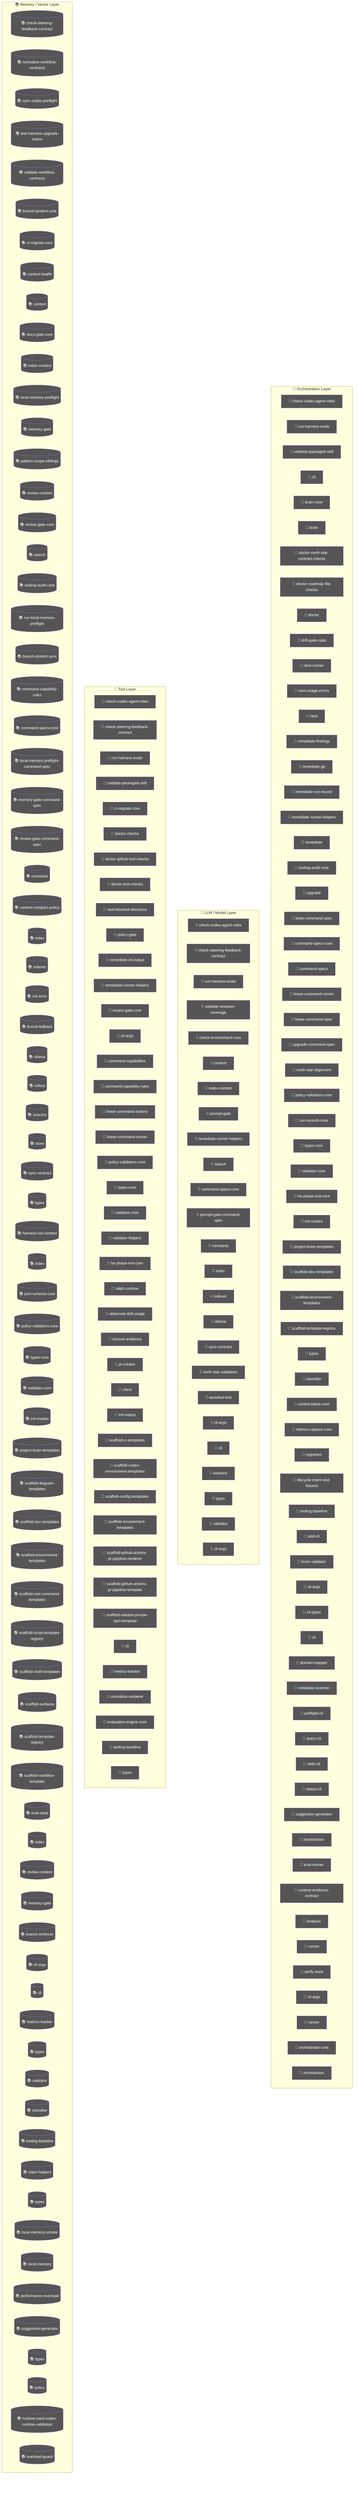
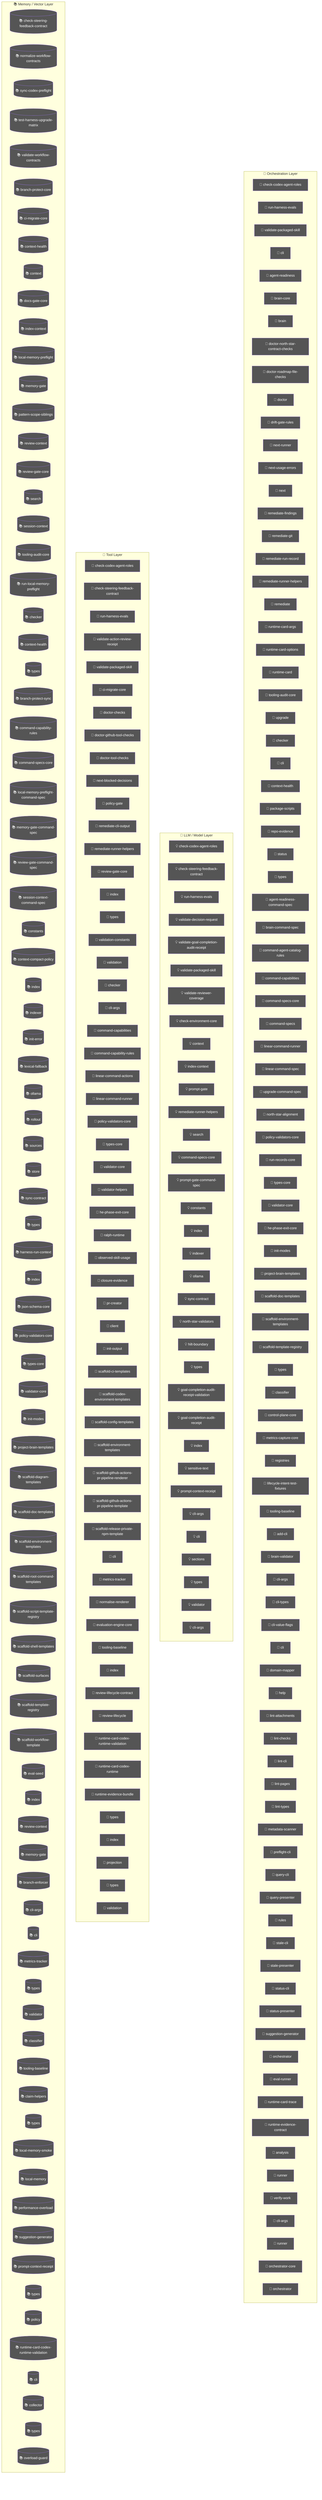
flowchart TD
  subgraph Orchestration["🎯 Orchestration Layer"]
    node_agent_mmd_orchestration_layer_orchestration_chec_7a9f0b64["🤖 check-codex-agent-roles"]
    node_agent_mmd_orchestration_layer_orchestration_run__18817957["🤖 run-harness-evals"]
    node_agent_mmd_orchestration_layer_orchestration_vali_c01b04be["🤖 validate-packaged-skill"]
    cli_99bb8840["🤖 cli"]
+     agent_readiness_c82c68e6["🤖 agent-readiness"]
    brain_core_aa07c380["🤖 brain-core"]
    brain_bbbf7a64["🤖 brain"]
    doctor_north_star_contract_checks_0048124c["🤖 doctor-north-star-contract-checks"]
    doctor_roadmap_file_checks_14447b8e["🤖 doctor-roadmap-file-checks"]
    doctor_72f4be89["🤖 doctor"]
    drift_gate_rules_9685e72d["🤖 drift-gate-rules"]
    next_runner_41643472["🤖 next-runner"]
    next_usage_errors_837a345a["🤖 next-usage-errors"]
    next_c6c1c9a9["🤖 next"]
    remediate_findings_8b09c8c6["🤖 remediate-findings"]
    remediate_git_58c6f6f4["🤖 remediate-git"]
    remediate_run_record_9dfe5dc1["🤖 remediate-run-record"]
    node_agent_mmd_orchestration_layer_orchestration_reme_359fe98f["🤖 remediate-runner-helpers"]
    remediate_06b9c7fc["🤖 remediate"]
+     runtime_card_args_2b3d4b28["🤖 runtime-card-args"]
+     runtime_card_options_c9156ad5["🤖 runtime-card-options"]
+     runtime_card_e06b53e1["🤖 runtime-card"]
    node_agent_mmd_orchestration_layer_orchestration_tool_acfe0c01["🤖 tooling-audit-core"]
    upgrade_7fef9479["🤖 upgrade"]
+     node_agent_mmd_orchestration_layer_orchestration_chec_0550c395["🤖 checker"]
+     cli_1_084e05fe["🤖 cli"]
+     node_agent_mmd_orchestration_layer_orchestration_cont_61b3b9c9["🤖 context-health"]
+     package_scripts_3ee6150f["🤖 package-scripts"]
+     repo_evidence_38bb1de5["🤖 repo-evidence"]
+     status_073c1634["🤖 status"]
+     node_agent_mmd_orchestration_layer_orchestration_type_4f906dcc["🤖 types"]
+     agent_readiness_command_spec_a30c2c1e["🤖 agent-readiness-command-spec"]
    brain_command_spec_15b122d5["🤖 brain-command-spec"]
+     command_agent_catalog_rules_8e06b2af["🤖 command-agent-catalog-rules"]
+     node_agent_mmd_orchestration_layer_orchestration_comm_6e41a7f7["🤖 command-capabilities"]
    node_agent_mmd_orchestration_layer_orchestration_comm_1f8cc24c["🤖 command-specs-core"]
    command_specs_69167c63["🤖 command-specs"]
    node_agent_mmd_orchestration_layer_orchestration_line_b67affd5["🤖 linear-command-runner"]
    linear_command_spec_1e12dd44["🤖 linear-command-spec"]
    upgrade_command_spec_03f6c7bd["🤖 upgrade-command-spec"]
    north_star_alignment_00440188["🤖 north-star-alignment"]
    node_agent_mmd_orchestration_layer_orchestration_poli_3270b55d["🤖 policy-validators-core"]
    run_records_core_89286dfa["🤖 run-records-core"]
    node_agent_mmd_orchestration_layer_orchestration_type_7cf81261["🤖 types-core"]
    node_agent_mmd_orchestration_layer_orchestration_vali_d9fe99e6["🤖 validator-core"]
    node_agent_mmd_orchestration_layer_orchestration_he_p_fc778c24["🤖 he-phase-exit-core"]
    node_agent_mmd_orchestration_layer_orchestration_init_2a9c3ecb["🤖 init-modes"]
    node_agent_mmd_orchestration_layer_orchestration_proj_6ab6f60f["🤖 project-brain-templates"]
    node_agent_mmd_orchestration_layer_orchestration_scaf_12cc07db["🤖 scaffold-doc-templates"]
    node_agent_mmd_orchestration_layer_orchestration_scaf_c9a90c2f["🤖 scaffold-environment-templates"]
    node_agent_mmd_orchestration_layer_orchestration_scaf_ff8f92f6["🤖 scaffold-template-registry"]
-     types_11_4be3ee64["🤖 types"]
+     types_14_fe7507be["🤖 types"]
    node_agent_mmd_orchestration_layer_orchestration_clas_899b821a["🤖 classifier"]
    control_plane_core_db3b4cb2["🤖 control-plane-core"]
    metrics_capture_core_db4bf7cf["🤖 metrics-capture-core"]
    registries_06402afa["🤖 registries"]
    lifecycle_intent_test_fixtures_a53c7ada["🤖 lifecycle-intent-test-fixtures"]
    node_agent_mmd_orchestration_layer_orchestration_tool_cc43149f["🤖 tooling-baseline"]
    add_cli_7614de25["🤖 add-cli"]
    brain_validator_be251832["🤖 brain-validator"]
    cli_args_8_d546936e["🤖 cli-args"]
    cli_types_1686e858["🤖 cli-types"]
-     cli_7_dc4a9f7f["🤖 cli"]
+     cli_value_flags_732a8e43["🤖 cli-value-flags"]
+     cli_9_b54c1407["🤖 cli"]
    domain_mapper_cd9333d2["🤖 domain-mapper"]
+     help_106a5842["🤖 help"]
+     lint_attachments_873c0632["🤖 lint-attachments"]
+     lint_checks_83522b19["🤖 lint-checks"]
+     lint_cli_9ec62ec0["🤖 lint-cli"]
+     lint_pages_e33301d0["🤖 lint-pages"]
+     lint_types_2862c255["🤖 lint-types"]
    metadata_scanner_6a101b66["🤖 metadata-scanner"]
    preflight_cli_5d148379["🤖 preflight-cli"]
    query_cli_b95be64d["🤖 query-cli"]
+     query_presenter_02e6077c["🤖 query-presenter"]
+     rules_6c621d1a["🤖 rules"]
    stale_cli_64548720["🤖 stale-cli"]
+     stale_presenter_1de4e3a2["🤖 stale-presenter"]
    status_cli_4c24a0d6["🤖 status-cli"]
+     status_presenter_8de686c1["🤖 status-presenter"]
    node_agent_mmd_orchestration_layer_orchestration_sugg_85c5ebe3["🤖 suggestion-generator"]
    orchestrator_11376b7e["🤖 orchestrator"]
    eval_runner_0966a6b3["🤖 eval-runner"]
+     runtime_card_trace_64a5ca95["🤖 runtime-card-trace"]
    runtime_evidence_contract_0f7b15b2["🤖 runtime-evidence-contract"]
    analysis_f44e85c4["🤖 analysis"]
    runner_527aa9f4["🤖 runner"]
    verify_work_1_cd8e7ec3["🤖 verify-work"]
    cli_args_14_3481043e["🤖 cli-args"]
    runner_1_6f281bf8["🤖 runner"]
    orchestrator_core_d0678b53["🤖 orchestrator-core"]
    orchestrator_1_6b7137c5["🤖 orchestrator"]
  end
  subgraph LLMLayer["🧠 LLM / Model Layer"]
    node_agent_mmd_llm_model_layer_llmlayer_check_codex_a_29e7b7fa["💡 check-codex-agent-roles"]
    node_agent_mmd_llm_model_layer_llmlayer_check_steerin_a7dbbd2f["💡 check-steering-feedback-contract"]
    node_agent_mmd_llm_model_layer_llmlayer_run_harness_e_603fcfdc["💡 run-harness-evals"]
+     validate_decision_request_2e5c325e["💡 validate-decision-request"]
+     validate_goal_completion_audit_receipt_100d252c["💡 validate-goal-completion-audit-receipt"]
+     node_agent_mmd_llm_model_layer_llmlayer_validate_pack_2a12e1f4["💡 validate-packaged-skill"]
    validate_reviewer_coverage_251efee3["💡 validate-reviewer-coverage"]
    check_environment_core_2c16213f["💡 check-environment-core"]
    node_agent_mmd_llm_model_layer_llmlayer_context_conte_ad2dfbd9["💡 context"]
    node_agent_mmd_llm_model_layer_llmlayer_index_context_1041bd11["💡 index-context"]
    prompt_gate_c5e9d207["💡 prompt-gate"]
    node_agent_mmd_llm_model_layer_llmlayer_remediate_run_9e3d4585["💡 remediate-runner-helpers"]
    node_agent_mmd_llm_model_layer_llmlayer_search_search_66b9a911["💡 search"]
    node_agent_mmd_llm_model_layer_llmlayer_command_specs_782af9fa["💡 command-specs-core"]
    prompt_gate_command_spec_9a941482["💡 prompt-gate-command-spec"]
    node_agent_mmd_llm_model_layer_llmlayer_constants_con_c9bd3f6c["💡 constants"]
    node_agent_mmd_llm_model_layer_llmlayer_index_index_1_02e160ff["💡 index"]
    node_agent_mmd_llm_model_layer_llmlayer_indexer_index_4f4deef5["💡 indexer"]
    node_agent_mmd_llm_model_layer_llmlayer_ollama_ollama_968b23fa["💡 ollama"]
    node_agent_mmd_llm_model_layer_llmlayer_sync_contract_9f3cc8c1["💡 sync-contract"]
    north_star_validators_cfc926ce["💡 north-star-validators"]
+     hilt_boundary_9b36fb15["💡 hilt-boundary"]
+     types_8_f6283648["💡 types"]
+     goal_completion_audit_receipt_validation_9d0f4891["💡 goal-completion-audit-receipt-validation"]
+     goal_completion_audit_receipt_5e4939c3["💡 goal-completion-audit-receipt"]
+     index_3_7e40d474["💡 index"]
    sensitive_text_7c11f760["💡 sensitive-text"]
+     node_agent_mmd_llm_model_layer_llmlayer_index_index_1_02e160ff["💡 index"]
+     node_agent_mmd_llm_model_layer_llmlayer_prompt_contex_6426acc2["💡 prompt-context-receipt"]
    cli_args_9_9c136878["💡 cli-args"]
-     cli_8_e3a6ce03["💡 cli"]
+     cli_10_35dc8cbd["💡 cli"]
    sections_4697ef32["💡 sections"]
-     types_21_5756f9dc["💡 types"]
+     types_24_c63dc1a7["💡 types"]
    validator_6_3688adbf["💡 validator"]
    cli_args_10_861cdd3f["💡 cli-args"]
  end
  subgraph ToolLayer["🔧 Tool Layer"]
    node_agent_mmd_tool_layer_toollayer_check_codex_agent_4b361d5a["🔧 check-codex-agent-roles"]
    node_agent_mmd_tool_layer_toollayer_check_steering_fe_84ed22c2["🔧 check-steering-feedback-contract"]
    node_agent_mmd_tool_layer_toollayer_run_harness_evals_e2ee24f1["🔧 run-harness-evals"]
-     node_agent_mmd_tool_layer_toollayer_validate_packaged_f6ed6f12["🔧 validate-packaged-skill"]
+     validate_action_review_receipt_fa2f06c3["🔧 validate-action-review-receipt"]
+     node_agent_mmd_tool_layer_toollayer_validate_packaged_2855c827["🔧 validate-packaged-skill"]
    node_agent_mmd_tool_layer_toollayer_ci_migrate_core_c_049f8460["🔧 ci-migrate-core"]
    doctor_checks_5a2eb2b9["🔧 doctor-checks"]
    doctor_github_tool_checks_a53b0382["🔧 doctor-github-tool-checks"]
    doctor_tool_checks_4acac51a["🔧 doctor-tool-checks"]
    next_blocked_decisions_4140ad2b["🔧 next-blocked-decisions"]
    policy_gate_213f7313["🔧 policy-gate"]
    remediate_cli_output_cc165396["🔧 remediate-cli-output"]
    node_agent_mmd_tool_layer_toollayer_remediate_runner__c003b871["🔧 remediate-runner-helpers"]
    node_agent_mmd_tool_layer_toollayer_review_gate_core__7704598b["🔧 review-gate-core"]
+     index_1bc04b52["🔧 index"]
+     types_1_4ecdf56e["🔧 types"]
+     validation_constants_e002a0f6["🔧 validation-constants"]
+     validation_98c41dcd["🔧 validation"]
+     node_agent_mmd_tool_layer_toollayer_checker_checker_2_453d593b["🔧 checker"]
    cli_args_1_6144b055["🔧 cli-args"]
-     command_capabilities_a4d5c71e["🔧 command-capabilities"]
+     node_agent_mmd_tool_layer_toollayer_command_capabilit_7fe13db1["🔧 command-capabilities"]
    node_agent_mmd_tool_layer_toollayer_command_capabilit_e97a4615["🔧 command-capability-rules"]
    linear_command_actions_e430f4f4["🔧 linear-command-actions"]
    node_agent_mmd_tool_layer_toollayer_linear_command_ru_d6763748["🔧 linear-command-runner"]
    node_agent_mmd_tool_layer_toollayer_policy_validators_af136abf["🔧 policy-validators-core"]
    node_agent_mmd_tool_layer_toollayer_types_core_types__6c8319b6["🔧 types-core"]
    node_agent_mmd_tool_layer_toollayer_validator_core_va_6ef6131f["🔧 validator-core"]
    validator_helpers_7b927667["🔧 validator-helpers"]
    node_agent_mmd_tool_layer_toollayer_he_phase_exit_cor_af016160["🔧 he-phase-exit-core"]
    ralph_runtime_73d63c0e["🔧 ralph-runtime"]
    observed_skill_usage_ed7d5930["🔧 observed-skill-usage"]
    closure_evidence_aaa31467["🔧 closure-evidence"]
    pr_creator_dc6b1ea4["🔧 pr-creator"]
    client_948fe603["🔧 client"]
    init_output_360dce91["🔧 init-output"]
    scaffold_ci_templates_2afd6392["🔧 scaffold-ci-templates"]
    scaffold_codex_environment_templates_334fbbed["🔧 scaffold-codex-environment-templates"]
    scaffold_config_templates_4b80ce53["🔧 scaffold-config-templates"]
    node_agent_mmd_tool_layer_toollayer_scaffold_environm_c1afc013["🔧 scaffold-environment-templates"]
    scaffold_github_actions_pr_pipeline_renderer_1ee18de5["🔧 scaffold-github-actions-pr-pipeline-renderer"]
    scaffold_github_actions_pr_pipeline_template_e2b85f62["🔧 scaffold-github-actions-pr-pipeline-template"]
    scaffold_release_private_npm_template_075499f8["🔧 scaffold-release-private-npm-template"]
    node_agent_mmd_tool_layer_toollayer_cli_cli_2_1_32d9eeaf["🔧 cli"]
    node_agent_mmd_tool_layer_toollayer_metrics_tracker_m_4c9237d8["🔧 metrics-tracker"]
    normalise_renderer_85f2e563["🔧 normalise-renderer"]
    evaluation_engine_core_e054fe49["🔧 evaluation-engine-core"]
    node_agent_mmd_tool_layer_toollayer_tooling_baseline__61e66e9f["🔧 tooling-baseline"]
-     types_29_929d5a70["🔧 types"]
+     index_10_f6785a46["🔧 index"]
+     review_lifecycle_contract_e5447221["🔧 review-lifecycle-contract"]
+     review_lifecycle_89afa64c["🔧 review-lifecycle"]
+     node_agent_mmd_tool_layer_toollayer_runtime_card_code_3636ceac["🔧 runtime-card-codex-runtime-validation"]
+     runtime_card_codex_runtime_0655e230["🔧 runtime-card-codex-runtime"]
+     runtime_evidence_bundle_d471a232["🔧 runtime-evidence-bundle"]
+     types_33_16e22a82["🔧 types"]
+     index_13_97df39c8["🔧 index"]
+     projection_1b250ea1["🔧 projection"]
+     types_35_93e66c64["🔧 types"]
+     validation_5_42b61683["🔧 validation"]
  end
  subgraph MemoryLayer["📚 Memory / Vector Layer"]
    node_agent_mmd_memory_vector_layer_memorylayer_check__d71f8993[("📚 check-steering-feedback-contract")]
    normalize_workflow_contracts_8701f1c8[("📚 normalize-workflow-contracts")]
    sync_codex_preflight_7e7a8dc2[("📚 sync-codex-preflight")]
    test_harness_upgrade_matrix_84113c4e[("📚 test-harness-upgrade-matrix")]
    validate_workflow_contracts_33dc063c[("📚 validate-workflow-contracts")]
    branch_protect_core_a8feb0fd[("📚 branch-protect-core")]
    node_agent_mmd_memory_vector_layer_memorylayer_ci_mig_0cd5b1a4[("📚 ci-migrate-core")]
    context_health_80bb7da9[("📚 context-health")]
    node_agent_mmd_memory_vector_layer_memorylayer_contex_78ceaaa9[("📚 context")]
    docs_gate_core_eb9b6c18[("📚 docs-gate-core")]
    node_agent_mmd_memory_vector_layer_memorylayer_index__6f3402d0[("📚 index-context")]
    local_memory_preflight_dcc36c42[("📚 local-memory-preflight")]
    memory_gate_a577a506[("📚 memory-gate")]
    pattern_scope_siblings_43abe000[("📚 pattern-scope-siblings")]
    review_context_ca6cf81d[("📚 review-context")]
    node_agent_mmd_memory_vector_layer_memorylayer_review_5bee9816[("📚 review-gate-core")]
    node_agent_mmd_memory_vector_layer_memorylayer_search_ac35cb7e[("📚 search")]
+     session_context_e5ec72c0[("📚 session-context")]
    node_agent_mmd_memory_vector_layer_memorylayer_toolin_a1185b8f[("📚 tooling-audit-core")]
    run_local_memory_preflight_36e92808[("📚 run-local-memory-preflight")]
+     node_agent_mmd_memory_vector_layer_memorylayer_checke_a583eb4f[("📚 checker")]
+     node_agent_mmd_memory_vector_layer_memorylayer_contex_fe0865d6[("📚 context-health")]
+     node_agent_mmd_memory_vector_layer_memorylayer_types__9ad640a0[("📚 types")]
    branch_protect_sync_570adb18[("📚 branch-protect-sync")]
    node_agent_mmd_memory_vector_layer_memorylayer_comman_c72a5d05[("📚 command-capability-rules")]
    node_agent_mmd_memory_vector_layer_memorylayer_comman_111eb454[("📚 command-specs-core")]
    local_memory_preflight_command_spec_9e23f3ce[("📚 local-memory-preflight-command-spec")]
    memory_gate_command_spec_dc9001a9[("📚 memory-gate-command-spec")]
    review_gate_command_spec_3187376a[("📚 review-gate-command-spec")]
+     session_context_command_spec_973afbb1[("📚 session-context-command-spec")]
    node_agent_mmd_memory_vector_layer_memorylayer_consta_702d3f46[("📚 constants")]
    context_compact_policy_3dcaf95d[("📚 context-compact-policy")]
    node_agent_mmd_memory_vector_layer_memorylayer_index__752bc61e[("📚 index")]
    node_agent_mmd_memory_vector_layer_memorylayer_indexe_93e6d86f[("📚 indexer")]
    init_error_5c7dd49f[("📚 init-error")]
    lexical_fallback_723e2b3e[("📚 lexical-fallback")]
    node_agent_mmd_memory_vector_layer_memorylayer_ollama_6d51be16[("📚 ollama")]
    rollout_a4fa034c[("📚 rollout")]
    sources_878a52fc[("📚 sources")]
    store_824d80d7[("📚 store")]
    node_agent_mmd_memory_vector_layer_memorylayer_sync_c_e43418bc[("📚 sync-contract")]
-     types_4_822d0f88[("📚 types")]
+     types_6_1818fb91[("📚 types")]
    harness_run_context_ac7c77a9[("📚 harness-run-context")]
-     index_1_faebc14e[("📚 index")]
+     index_2_10143590[("📚 index")]
    json_schema_core_96d7e328[("📚 json-schema-core")]
    node_agent_mmd_memory_vector_layer_memorylayer_policy_1944de42[("📚 policy-validators-core")]
    node_agent_mmd_memory_vector_layer_memorylayer_types__83f369fa[("📚 types-core")]
    node_agent_mmd_memory_vector_layer_memorylayer_valida_41034356[("📚 validator-core")]
    node_agent_mmd_memory_vector_layer_memorylayer_init_m_333d02c5[("📚 init-modes")]
    node_agent_mmd_memory_vector_layer_memorylayer_projec_3ae304d9[("📚 project-brain-templates")]
    scaffold_diagram_templates_dd88e83c[("📚 scaffold-diagram-templates")]
    node_agent_mmd_memory_vector_layer_memorylayer_scaffo_5fd73b94[("📚 scaffold-doc-templates")]
    node_agent_mmd_memory_vector_layer_memorylayer_scaffo_12b42341[("📚 scaffold-environment-templates")]
    scaffold_root_command_templates_404fed7f[("📚 scaffold-root-command-templates")]
    scaffold_script_template_registry_69312d4e[("📚 scaffold-script-template-registry")]
    scaffold_shell_templates_0ad0f915[("📚 scaffold-shell-templates")]
    scaffold_surfaces_12d6494e[("📚 scaffold-surfaces")]
    node_agent_mmd_memory_vector_layer_memorylayer_scaffo_a86eece1[("📚 scaffold-template-registry")]
    scaffold_workflow_template_92310587[("📚 scaffold-workflow-template")]
    eval_seed_5699fd3e[("📚 eval-seed")]
-     index_6_fc9e91e2[("📚 index")]
+     index_7_b61a3f30[("📚 index")]
    review_context_1_e3afed15[("📚 review-context")]
    memory_gate_1_265164ac[("📚 memory-gate")]
    branch_enforcer_acb749cd[("📚 branch-enforcer")]
    cli_args_5_09ea29f0[("📚 cli-args")]
    node_agent_mmd_memory_vector_layer_memorylayer_cli_cl_1f1f89ab[("📚 cli")]
    node_agent_mmd_memory_vector_layer_memorylayer_metric_12562178[("📚 metrics-tracker")]
-     types_13_d025517b[("📚 types")]
+     types_16_0fae1112[("📚 types")]
    validator_4_5180cf23[("📚 validator")]
    node_agent_mmd_memory_vector_layer_memorylayer_classi_1ebbf5ff[("📚 classifier")]
    node_agent_mmd_memory_vector_layer_memorylayer_toolin_14f86b00[("📚 tooling-baseline")]
    claim_helpers_20dc8387[("📚 claim-helpers")]
-     types_18_37582e2a[("📚 types")]
+     types_21_5756f9dc[("📚 types")]
    local_memory_smoke_1175abfc[("📚 local-memory-smoke")]
    local_memory_0db17ecc[("📚 local-memory")]
    performance_overload_c685bfcf[("📚 performance-overload")]
    node_agent_mmd_memory_vector_layer_memorylayer_sugges_267f408d[("📚 suggestion-generator")]
-     types_25_89d086aa[("📚 types")]
+     node_agent_mmd_memory_vector_layer_memorylayer_index__752bc61e[("📚 index")]
+     node_agent_mmd_memory_vector_layer_memorylayer_prompt_55c0d605[("📚 prompt-context-receipt")]
+     types_28_4476fcc6[("📚 types")]
    policy_1_fc4198db[("📚 policy")]
-     runtime_card_codex_runtime_validation_d8ce9934[("📚 runtime-card-codex-runtime-validation")]
+     node_agent_mmd_memory_vector_layer_memorylayer_runtim_a5d23e7f[("📚 runtime-card-codex-runtime-validation")]
+     cli_11_338a8415[("📚 cli")]
+     collector_0736fd5b[("📚 collector")]
+     types_31_eb363e20[("📚 types")]
    overload_guard_2748c559[("📚 overload-guard")]
  end
  classDef agentNode fill:#555,color:#fff
-   class node_agent_mmd_orchestration_layer_orchestration_chec_7a9f0b64,node_agent_mmd_llm_model_layer_llmlayer_check_codex_a_29e7b7fa,node_agent_mmd_tool_layer_toollayer_check_codex_agent_4b361d5a,node_agent_mmd_orchestration_layer_orchestration_run__18817957,node_agent_mmd_llm_model_layer_llmlayer_run_harness_e_603fcfdc,node_agent_mmd_tool_layer_toollayer_run_harness_evals_e2ee24f1,node_agent_mmd_orchestration_layer_orchestration_vali_c01b04be,node_agent_mmd_tool_layer_toollayer_validate_packaged_f6ed6f12,cli_99bb8840,brain_core_aa07c380,brain_bbbf7a64,doctor_north_star_contract_checks_0048124c,doctor_roadmap_file_checks_14447b8e,doctor_72f4be89,drift_gate_rules_9685e72d,next_runner_41643472,next_usage_errors_837a345a,next_c6c1c9a9,remediate_findings_8b09c8c6,remediate_git_58c6f6f4,remediate_run_record_9dfe5dc1,node_agent_mmd_orchestration_layer_orchestration_reme_359fe98f,node_agent_mmd_llm_model_layer_llmlayer_remediate_run_9e3d4585,node_agent_mmd_tool_layer_toollayer_remediate_runner__c003b871,remediate_06b9c7fc,node_agent_mmd_orchestration_layer_orchestration_tool_acfe0c01,node_agent_mmd_memory_vector_layer_memorylayer_toolin_a1185b8f,upgrade_7fef9479,brain_command_spec_15b122d5,node_agent_mmd_orchestration_layer_orchestration_comm_1f8cc24c,node_agent_mmd_llm_model_layer_llmlayer_command_specs_782af9fa,node_agent_mmd_memory_vector_layer_memorylayer_comman_111eb454,command_specs_69167c63,node_agent_mmd_orchestration_layer_orchestration_line_b67affd5,node_agent_mmd_tool_layer_toollayer_linear_command_ru_d6763748,linear_command_spec_1e12dd44,upgrade_command_spec_03f6c7bd,north_star_alignment_00440188,node_agent_mmd_orchestration_layer_orchestration_poli_3270b55d,node_agent_mmd_tool_layer_toollayer_policy_validators_af136abf,node_agent_mmd_memory_vector_layer_memorylayer_policy_1944de42,run_records_core_89286dfa,node_agent_mmd_orchestration_layer_orchestration_type_7cf81261,node_agent_mmd_tool_layer_toollayer_types_core_types__6c8319b6,node_agent_mmd_memory_vector_layer_memorylayer_types__83f369fa,node_agent_mmd_orchestration_layer_orchestration_vali_d9fe99e6,node_agent_mmd_tool_layer_toollayer_validator_core_va_6ef6131f,node_agent_mmd_memory_vector_layer_memorylayer_valida_41034356,node_agent_mmd_orchestration_layer_orchestration_he_p_fc778c24,node_agent_mmd_tool_layer_toollayer_he_phase_exit_cor_af016160,node_agent_mmd_orchestration_layer_orchestration_init_2a9c3ecb,node_agent_mmd_memory_vector_layer_memorylayer_init_m_333d02c5,node_agent_mmd_orchestration_layer_orchestration_proj_6ab6f60f,node_agent_mmd_memory_vector_layer_memorylayer_projec_3ae304d9,node_agent_mmd_orchestration_layer_orchestration_scaf_12cc07db,node_agent_mmd_memory_vector_layer_memorylayer_scaffo_5fd73b94,node_agent_mmd_orchestration_layer_orchestration_scaf_c9a90c2f,node_agent_mmd_tool_layer_toollayer_scaffold_environm_c1afc013,node_agent_mmd_memory_vector_layer_memorylayer_scaffo_12b42341,node_agent_mmd_orchestration_layer_orchestration_scaf_ff8f92f6,node_agent_mmd_memory_vector_layer_memorylayer_scaffo_a86eece1,types_11_4be3ee64,node_agent_mmd_orchestration_layer_orchestration_clas_899b821a,node_agent_mmd_memory_vector_layer_memorylayer_classi_1ebbf5ff,control_plane_core_db3b4cb2,metrics_capture_core_db4bf7cf,registries_06402afa,lifecycle_intent_test_fixtures_a53c7ada,node_agent_mmd_orchestration_layer_orchestration_tool_cc43149f,node_agent_mmd_tool_layer_toollayer_tooling_baseline__61e66e9f,node_agent_mmd_memory_vector_layer_memorylayer_toolin_14f86b00,add_cli_7614de25,brain_validator_be251832,cli_args_8_d546936e,cli_types_1686e858,cli_7_dc4a9f7f,domain_mapper_cd9333d2,metadata_scanner_6a101b66,preflight_cli_5d148379,query_cli_b95be64d,stale_cli_64548720,status_cli_4c24a0d6,node_agent_mmd_orchestration_layer_orchestration_sugg_85c5ebe3,node_agent_mmd_memory_vector_layer_memorylayer_sugges_267f408d,orchestrator_11376b7e,eval_runner_0966a6b3,runtime_evidence_contract_0f7b15b2,analysis_f44e85c4,runner_527aa9f4,verify_work_1_cd8e7ec3,cli_args_14_3481043e,runner_1_6f281bf8,orchestrator_core_d0678b53,orchestrator_1_6b7137c5 agentNode
+   class node_agent_mmd_orchestration_layer_orchestration_chec_7a9f0b64,node_agent_mmd_llm_model_layer_llmlayer_check_codex_a_29e7b7fa,node_agent_mmd_tool_layer_toollayer_check_codex_agent_4b361d5a,node_agent_mmd_orchestration_layer_orchestration_run__18817957,node_agent_mmd_llm_model_layer_llmlayer_run_harness_e_603fcfdc,node_agent_mmd_tool_layer_toollayer_run_harness_evals_e2ee24f1,node_agent_mmd_orchestration_layer_orchestration_vali_c01b04be,node_agent_mmd_llm_model_layer_llmlayer_validate_pack_2a12e1f4,node_agent_mmd_tool_layer_toollayer_validate_packaged_2855c827,cli_99bb8840,agent_readiness_c82c68e6,brain_core_aa07c380,brain_bbbf7a64,doctor_north_star_contract_checks_0048124c,doctor_roadmap_file_checks_14447b8e,doctor_72f4be89,drift_gate_rules_9685e72d,next_runner_41643472,next_usage_errors_837a345a,next_c6c1c9a9,remediate_findings_8b09c8c6,remediate_git_58c6f6f4,remediate_run_record_9dfe5dc1,node_agent_mmd_orchestration_layer_orchestration_reme_359fe98f,node_agent_mmd_llm_model_layer_llmlayer_remediate_run_9e3d4585,node_agent_mmd_tool_layer_toollayer_remediate_runner__c003b871,remediate_06b9c7fc,runtime_card_args_2b3d4b28,runtime_card_options_c9156ad5,runtime_card_e06b53e1,node_agent_mmd_orchestration_layer_orchestration_tool_acfe0c01,node_agent_mmd_memory_vector_layer_memorylayer_toolin_a1185b8f,upgrade_7fef9479,node_agent_mmd_orchestration_layer_orchestration_chec_0550c395,node_agent_mmd_tool_layer_toollayer_checker_checker_2_453d593b,node_agent_mmd_memory_vector_layer_memorylayer_checke_a583eb4f,cli_1_084e05fe,node_agent_mmd_orchestration_layer_orchestration_cont_61b3b9c9,node_agent_mmd_memory_vector_layer_memorylayer_contex_fe0865d6,package_scripts_3ee6150f,repo_evidence_38bb1de5,status_073c1634,node_agent_mmd_orchestration_layer_orchestration_type_4f906dcc,node_agent_mmd_memory_vector_layer_memorylayer_types__9ad640a0,agent_readiness_command_spec_a30c2c1e,brain_command_spec_15b122d5,command_agent_catalog_rules_8e06b2af,node_agent_mmd_orchestration_layer_orchestration_comm_6e41a7f7,node_agent_mmd_tool_layer_toollayer_command_capabilit_7fe13db1,node_agent_mmd_orchestration_layer_orchestration_comm_1f8cc24c,node_agent_mmd_llm_model_layer_llmlayer_command_specs_782af9fa,node_agent_mmd_memory_vector_layer_memorylayer_comman_111eb454,command_specs_69167c63,node_agent_mmd_orchestration_layer_orchestration_line_b67affd5,node_agent_mmd_tool_layer_toollayer_linear_command_ru_d6763748,linear_command_spec_1e12dd44,upgrade_command_spec_03f6c7bd,north_star_alignment_00440188,node_agent_mmd_orchestration_layer_orchestration_poli_3270b55d,node_agent_mmd_tool_layer_toollayer_policy_validators_af136abf,node_agent_mmd_memory_vector_layer_memorylayer_policy_1944de42,run_records_core_89286dfa,node_agent_mmd_orchestration_layer_orchestration_type_7cf81261,node_agent_mmd_tool_layer_toollayer_types_core_types__6c8319b6,node_agent_mmd_memory_vector_layer_memorylayer_types__83f369fa,node_agent_mmd_orchestration_layer_orchestration_vali_d9fe99e6,node_agent_mmd_tool_layer_toollayer_validator_core_va_6ef6131f,node_agent_mmd_memory_vector_layer_memorylayer_valida_41034356,node_agent_mmd_orchestration_layer_orchestration_he_p_fc778c24,node_agent_mmd_tool_layer_toollayer_he_phase_exit_cor_af016160,node_agent_mmd_orchestration_layer_orchestration_init_2a9c3ecb,node_agent_mmd_memory_vector_layer_memorylayer_init_m_333d02c5,node_agent_mmd_orchestration_layer_orchestration_proj_6ab6f60f,node_agent_mmd_memory_vector_layer_memorylayer_projec_3ae304d9,node_agent_mmd_orchestration_layer_orchestration_scaf_12cc07db,node_agent_mmd_memory_vector_layer_memorylayer_scaffo_5fd73b94,node_agent_mmd_orchestration_layer_orchestration_scaf_c9a90c2f,node_agent_mmd_tool_layer_toollayer_scaffold_environm_c1afc013,node_agent_mmd_memory_vector_layer_memorylayer_scaffo_12b42341,node_agent_mmd_orchestration_layer_orchestration_scaf_ff8f92f6,node_agent_mmd_memory_vector_layer_memorylayer_scaffo_a86eece1,types_14_fe7507be,node_agent_mmd_orchestration_layer_orchestration_clas_899b821a,node_agent_mmd_memory_vector_layer_memorylayer_classi_1ebbf5ff,control_plane_core_db3b4cb2,metrics_capture_core_db4bf7cf,registries_06402afa,lifecycle_intent_test_fixtures_a53c7ada,node_agent_mmd_orchestration_layer_orchestration_tool_cc43149f,node_agent_mmd_tool_layer_toollayer_tooling_baseline__61e66e9f,node_agent_mmd_memory_vector_layer_memorylayer_toolin_14f86b00,add_cli_7614de25,brain_validator_be251832,cli_args_8_d546936e,cli_types_1686e858,cli_value_flags_732a8e43,cli_9_b54c1407,domain_mapper_cd9333d2,help_106a5842,lint_attachments_873c0632,lint_checks_83522b19,lint_cli_9ec62ec0,lint_pages_e33301d0,lint_types_2862c255,metadata_scanner_6a101b66,preflight_cli_5d148379,query_cli_b95be64d,query_presenter_02e6077c,rules_6c621d1a,stale_cli_64548720,stale_presenter_1de4e3a2,status_cli_4c24a0d6,status_presenter_8de686c1,node_agent_mmd_orchestration_layer_orchestration_sugg_85c5ebe3,node_agent_mmd_memory_vector_layer_memorylayer_sugges_267f408d,orchestrator_11376b7e,eval_runner_0966a6b3,runtime_card_trace_64a5ca95,runtime_evidence_contract_0f7b15b2,analysis_f44e85c4,runner_527aa9f4,verify_work_1_cd8e7ec3,cli_args_14_3481043e,runner_1_6f281bf8,orchestrator_core_d0678b53,orchestrator_1_6b7137c5 agentNode
  classDef llmNode fill:#555,color:#fff
-   class node_agent_mmd_orchestration_layer_orchestration_chec_7a9f0b64,node_agent_mmd_llm_model_layer_llmlayer_check_codex_a_29e7b7fa,node_agent_mmd_tool_layer_toollayer_check_codex_agent_4b361d5a,node_agent_mmd_llm_model_layer_llmlayer_check_steerin_a7dbbd2f,node_agent_mmd_tool_layer_toollayer_check_steering_fe_84ed22c2,node_agent_mmd_memory_vector_layer_memorylayer_check__d71f8993,node_agent_mmd_orchestration_layer_orchestration_run__18817957,node_agent_mmd_llm_model_layer_llmlayer_run_harness_e_603fcfdc,node_agent_mmd_tool_layer_toollayer_run_harness_evals_e2ee24f1,validate_reviewer_coverage_251efee3,check_environment_core_2c16213f,node_agent_mmd_llm_model_layer_llmlayer_context_conte_ad2dfbd9,node_agent_mmd_memory_vector_layer_memorylayer_contex_78ceaaa9,node_agent_mmd_llm_model_layer_llmlayer_index_context_1041bd11,node_agent_mmd_memory_vector_layer_memorylayer_index__6f3402d0,prompt_gate_c5e9d207,node_agent_mmd_orchestration_layer_orchestration_reme_359fe98f,node_agent_mmd_llm_model_layer_llmlayer_remediate_run_9e3d4585,node_agent_mmd_tool_layer_toollayer_remediate_runner__c003b871,node_agent_mmd_llm_model_layer_llmlayer_search_search_66b9a911,node_agent_mmd_memory_vector_layer_memorylayer_search_ac35cb7e,node_agent_mmd_orchestration_layer_orchestration_comm_1f8cc24c,node_agent_mmd_llm_model_layer_llmlayer_command_specs_782af9fa,node_agent_mmd_memory_vector_layer_memorylayer_comman_111eb454,prompt_gate_command_spec_9a941482,node_agent_mmd_llm_model_layer_llmlayer_constants_con_c9bd3f6c,node_agent_mmd_memory_vector_layer_memorylayer_consta_702d3f46,node_agent_mmd_llm_model_layer_llmlayer_index_index_1_02e160ff,node_agent_mmd_memory_vector_layer_memorylayer_index__752bc61e,node_agent_mmd_llm_model_layer_llmlayer_indexer_index_4f4deef5,node_agent_mmd_memory_vector_layer_memorylayer_indexe_93e6d86f,node_agent_mmd_llm_model_layer_llmlayer_ollama_ollama_968b23fa,node_agent_mmd_memory_vector_layer_memorylayer_ollama_6d51be16,node_agent_mmd_llm_model_layer_llmlayer_sync_contract_9f3cc8c1,node_agent_mmd_memory_vector_layer_memorylayer_sync_c_e43418bc,north_star_validators_cfc926ce,sensitive_text_7c11f760,cli_args_9_9c136878,cli_8_e3a6ce03,sections_4697ef32,types_21_5756f9dc,validator_6_3688adbf,cli_args_10_861cdd3f llmNode
+   class node_agent_mmd_orchestration_layer_orchestration_chec_7a9f0b64,node_agent_mmd_llm_model_layer_llmlayer_check_codex_a_29e7b7fa,node_agent_mmd_tool_layer_toollayer_check_codex_agent_4b361d5a,node_agent_mmd_llm_model_layer_llmlayer_check_steerin_a7dbbd2f,node_agent_mmd_tool_layer_toollayer_check_steering_fe_84ed22c2,node_agent_mmd_memory_vector_layer_memorylayer_check__d71f8993,node_agent_mmd_orchestration_layer_orchestration_run__18817957,node_agent_mmd_llm_model_layer_llmlayer_run_harness_e_603fcfdc,node_agent_mmd_tool_layer_toollayer_run_harness_evals_e2ee24f1,validate_decision_request_2e5c325e,validate_goal_completion_audit_receipt_100d252c,node_agent_mmd_orchestration_layer_orchestration_vali_c01b04be,node_agent_mmd_llm_model_layer_llmlayer_validate_pack_2a12e1f4,node_agent_mmd_tool_layer_toollayer_validate_packaged_2855c827,validate_reviewer_coverage_251efee3,check_environment_core_2c16213f,node_agent_mmd_llm_model_layer_llmlayer_context_conte_ad2dfbd9,node_agent_mmd_memory_vector_layer_memorylayer_contex_78ceaaa9,node_agent_mmd_llm_model_layer_llmlayer_index_context_1041bd11,node_agent_mmd_memory_vector_layer_memorylayer_index__6f3402d0,prompt_gate_c5e9d207,node_agent_mmd_orchestration_layer_orchestration_reme_359fe98f,node_agent_mmd_llm_model_layer_llmlayer_remediate_run_9e3d4585,node_agent_mmd_tool_layer_toollayer_remediate_runner__c003b871,node_agent_mmd_llm_model_layer_llmlayer_search_search_66b9a911,node_agent_mmd_memory_vector_layer_memorylayer_search_ac35cb7e,node_agent_mmd_orchestration_layer_orchestration_comm_1f8cc24c,node_agent_mmd_llm_model_layer_llmlayer_command_specs_782af9fa,node_agent_mmd_memory_vector_layer_memorylayer_comman_111eb454,prompt_gate_command_spec_9a941482,node_agent_mmd_llm_model_layer_llmlayer_constants_con_c9bd3f6c,node_agent_mmd_memory_vector_layer_memorylayer_consta_702d3f46,node_agent_mmd_llm_model_layer_llmlayer_index_index_1_02e160ff,node_agent_mmd_memory_vector_layer_memorylayer_index__752bc61e,node_agent_mmd_llm_model_layer_llmlayer_indexer_index_4f4deef5,node_agent_mmd_memory_vector_layer_memorylayer_indexe_93e6d86f,node_agent_mmd_llm_model_layer_llmlayer_ollama_ollama_968b23fa,node_agent_mmd_memory_vector_layer_memorylayer_ollama_6d51be16,node_agent_mmd_llm_model_layer_llmlayer_sync_contract_9f3cc8c1,node_agent_mmd_memory_vector_layer_memorylayer_sync_c_e43418bc,north_star_validators_cfc926ce,hilt_boundary_9b36fb15,types_8_f6283648,goal_completion_audit_receipt_validation_9d0f4891,goal_completion_audit_receipt_5e4939c3,index_3_7e40d474,sensitive_text_7c11f760,node_agent_mmd_llm_model_layer_llmlayer_prompt_contex_6426acc2,node_agent_mmd_memory_vector_layer_memorylayer_prompt_55c0d605,cli_args_9_9c136878,cli_10_35dc8cbd,sections_4697ef32,types_24_c63dc1a7,validator_6_3688adbf,cli_args_10_861cdd3f llmNode
  classDef toolNode fill:#555,color:#fff
-   class node_agent_mmd_orchestration_layer_orchestration_chec_7a9f0b64,node_agent_mmd_llm_model_layer_llmlayer_check_codex_a_29e7b7fa,node_agent_mmd_tool_layer_toollayer_check_codex_agent_4b361d5a,node_agent_mmd_llm_model_layer_llmlayer_check_steerin_a7dbbd2f,node_agent_mmd_tool_layer_toollayer_check_steering_fe_84ed22c2,node_agent_mmd_memory_vector_layer_memorylayer_check__d71f8993,node_agent_mmd_orchestration_layer_orchestration_run__18817957,node_agent_mmd_llm_model_layer_llmlayer_run_harness_e_603fcfdc,node_agent_mmd_tool_layer_toollayer_run_harness_evals_e2ee24f1,node_agent_mmd_orchestration_layer_orchestration_vali_c01b04be,node_agent_mmd_tool_layer_toollayer_validate_packaged_f6ed6f12,node_agent_mmd_tool_layer_toollayer_ci_migrate_core_c_049f8460,node_agent_mmd_memory_vector_layer_memorylayer_ci_mig_0cd5b1a4,doctor_checks_5a2eb2b9,doctor_github_tool_checks_a53b0382,doctor_tool_checks_4acac51a,next_blocked_decisions_4140ad2b,policy_gate_213f7313,remediate_cli_output_cc165396,node_agent_mmd_orchestration_layer_orchestration_reme_359fe98f,node_agent_mmd_llm_model_layer_llmlayer_remediate_run_9e3d4585,node_agent_mmd_tool_layer_toollayer_remediate_runner__c003b871,node_agent_mmd_tool_layer_toollayer_review_gate_core__7704598b,node_agent_mmd_memory_vector_layer_memorylayer_review_5bee9816,cli_args_1_6144b055,command_capabilities_a4d5c71e,node_agent_mmd_tool_layer_toollayer_command_capabilit_e97a4615,node_agent_mmd_memory_vector_layer_memorylayer_comman_c72a5d05,linear_command_actions_e430f4f4,node_agent_mmd_orchestration_layer_orchestration_line_b67affd5,node_agent_mmd_tool_layer_toollayer_linear_command_ru_d6763748,node_agent_mmd_orchestration_layer_orchestration_poli_3270b55d,node_agent_mmd_tool_layer_toollayer_policy_validators_af136abf,node_agent_mmd_memory_vector_layer_memorylayer_policy_1944de42,node_agent_mmd_orchestration_layer_orchestration_type_7cf81261,node_agent_mmd_tool_layer_toollayer_types_core_types__6c8319b6,node_agent_mmd_memory_vector_layer_memorylayer_types__83f369fa,node_agent_mmd_orchestration_layer_orchestration_vali_d9fe99e6,node_agent_mmd_tool_layer_toollayer_validator_core_va_6ef6131f,node_agent_mmd_memory_vector_layer_memorylayer_valida_41034356,validator_helpers_7b927667,node_agent_mmd_orchestration_layer_orchestration_he_p_fc778c24,node_agent_mmd_tool_layer_toollayer_he_phase_exit_cor_af016160,ralph_runtime_73d63c0e,observed_skill_usage_ed7d5930,closure_evidence_aaa31467,pr_creator_dc6b1ea4,client_948fe603,init_output_360dce91,scaffold_ci_templates_2afd6392,scaffold_codex_environment_templates_334fbbed,scaffold_config_templates_4b80ce53,node_agent_mmd_orchestration_layer_orchestration_scaf_c9a90c2f,node_agent_mmd_tool_layer_toollayer_scaffold_environm_c1afc013,node_agent_mmd_memory_vector_layer_memorylayer_scaffo_12b42341,scaffold_github_actions_pr_pipeline_renderer_1ee18de5,scaffold_github_actions_pr_pipeline_template_e2b85f62,scaffold_release_private_npm_template_075499f8,node_agent_mmd_tool_layer_toollayer_cli_cli_2_1_32d9eeaf,node_agent_mmd_memory_vector_layer_memorylayer_cli_cl_1f1f89ab,node_agent_mmd_tool_layer_toollayer_metrics_tracker_m_4c9237d8,node_agent_mmd_memory_vector_layer_memorylayer_metric_12562178,normalise_renderer_85f2e563,evaluation_engine_core_e054fe49,node_agent_mmd_orchestration_layer_orchestration_tool_cc43149f,node_agent_mmd_tool_layer_toollayer_tooling_baseline__61e66e9f,node_agent_mmd_memory_vector_layer_memorylayer_toolin_14f86b00,types_29_929d5a70 toolNode
+   class node_agent_mmd_orchestration_layer_orchestration_chec_7a9f0b64,node_agent_mmd_llm_model_layer_llmlayer_check_codex_a_29e7b7fa,node_agent_mmd_tool_layer_toollayer_check_codex_agent_4b361d5a,node_agent_mmd_llm_model_layer_llmlayer_check_steerin_a7dbbd2f,node_agent_mmd_tool_layer_toollayer_check_steering_fe_84ed22c2,node_agent_mmd_memory_vector_layer_memorylayer_check__d71f8993,node_agent_mmd_orchestration_layer_orchestration_run__18817957,node_agent_mmd_llm_model_layer_llmlayer_run_harness_e_603fcfdc,node_agent_mmd_tool_layer_toollayer_run_harness_evals_e2ee24f1,validate_action_review_receipt_fa2f06c3,node_agent_mmd_orchestration_layer_orchestration_vali_c01b04be,node_agent_mmd_llm_model_layer_llmlayer_validate_pack_2a12e1f4,node_agent_mmd_tool_layer_toollayer_validate_packaged_2855c827,node_agent_mmd_tool_layer_toollayer_ci_migrate_core_c_049f8460,node_agent_mmd_memory_vector_layer_memorylayer_ci_mig_0cd5b1a4,doctor_checks_5a2eb2b9,doctor_github_tool_checks_a53b0382,doctor_tool_checks_4acac51a,next_blocked_decisions_4140ad2b,policy_gate_213f7313,remediate_cli_output_cc165396,node_agent_mmd_orchestration_layer_orchestration_reme_359fe98f,node_agent_mmd_llm_model_layer_llmlayer_remediate_run_9e3d4585,node_agent_mmd_tool_layer_toollayer_remediate_runner__c003b871,node_agent_mmd_tool_layer_toollayer_review_gate_core__7704598b,node_agent_mmd_memory_vector_layer_memorylayer_review_5bee9816,index_1bc04b52,types_1_4ecdf56e,validation_constants_e002a0f6,validation_98c41dcd,node_agent_mmd_orchestration_layer_orchestration_chec_0550c395,node_agent_mmd_tool_layer_toollayer_checker_checker_2_453d593b,node_agent_mmd_memory_vector_layer_memorylayer_checke_a583eb4f,cli_args_1_6144b055,node_agent_mmd_orchestration_layer_orchestration_comm_6e41a7f7,node_agent_mmd_tool_layer_toollayer_command_capabilit_7fe13db1,node_agent_mmd_tool_layer_toollayer_command_capabilit_e97a4615,node_agent_mmd_memory_vector_layer_memorylayer_comman_c72a5d05,linear_command_actions_e430f4f4,node_agent_mmd_orchestration_layer_orchestration_line_b67affd5,node_agent_mmd_tool_layer_toollayer_linear_command_ru_d6763748,node_agent_mmd_orchestration_layer_orchestration_poli_3270b55d,node_agent_mmd_tool_layer_toollayer_policy_validators_af136abf,node_agent_mmd_memory_vector_layer_memorylayer_policy_1944de42,node_agent_mmd_orchestration_layer_orchestration_type_7cf81261,node_agent_mmd_tool_layer_toollayer_types_core_types__6c8319b6,node_agent_mmd_memory_vector_layer_memorylayer_types__83f369fa,node_agent_mmd_orchestration_layer_orchestration_vali_d9fe99e6,node_agent_mmd_tool_layer_toollayer_validator_core_va_6ef6131f,node_agent_mmd_memory_vector_layer_memorylayer_valida_41034356,validator_helpers_7b927667,node_agent_mmd_orchestration_layer_orchestration_he_p_fc778c24,node_agent_mmd_tool_layer_toollayer_he_phase_exit_cor_af016160,ralph_runtime_73d63c0e,observed_skill_usage_ed7d5930,closure_evidence_aaa31467,pr_creator_dc6b1ea4,client_948fe603,init_output_360dce91,scaffold_ci_templates_2afd6392,scaffold_codex_environment_templates_334fbbed,scaffold_config_templates_4b80ce53,node_agent_mmd_orchestration_layer_orchestration_scaf_c9a90c2f,node_agent_mmd_tool_layer_toollayer_scaffold_environm_c1afc013,node_agent_mmd_memory_vector_layer_memorylayer_scaffo_12b42341,scaffold_github_actions_pr_pipeline_renderer_1ee18de5,scaffold_github_actions_pr_pipeline_template_e2b85f62,scaffold_release_private_npm_template_075499f8,node_agent_mmd_tool_layer_toollayer_cli_cli_2_1_32d9eeaf,node_agent_mmd_memory_vector_layer_memorylayer_cli_cl_1f1f89ab,node_agent_mmd_tool_layer_toollayer_metrics_tracker_m_4c9237d8,node_agent_mmd_memory_vector_layer_memorylayer_metric_12562178,normalise_renderer_85f2e563,evaluation_engine_core_e054fe49,node_agent_mmd_orchestration_layer_orchestration_tool_cc43149f,node_agent_mmd_tool_layer_toollayer_tooling_baseline__61e66e9f,node_agent_mmd_memory_vector_layer_memorylayer_toolin_14f86b00,index_10_f6785a46,review_lifecycle_contract_e5447221,review_lifecycle_89afa64c,node_agent_mmd_tool_layer_toollayer_runtime_card_code_3636ceac,node_agent_mmd_memory_vector_layer_memorylayer_runtim_a5d23e7f,runtime_card_codex_runtime_0655e230,runtime_evidence_bundle_d471a232,types_33_16e22a82,index_13_97df39c8,projection_1b250ea1,types_35_93e66c64,validation_5_42b61683 toolNode
  classDef memNode fill:#555,color:#fff
-   class node_agent_mmd_llm_model_layer_llmlayer_check_steerin_a7dbbd2f,node_agent_mmd_tool_layer_toollayer_check_steering_fe_84ed22c2,node_agent_mmd_memory_vector_layer_memorylayer_check__d71f8993,normalize_workflow_contracts_8701f1c8,sync_codex_preflight_7e7a8dc2,test_harness_upgrade_matrix_84113c4e,validate_workflow_contracts_33dc063c,branch_protect_core_a8feb0fd,node_agent_mmd_tool_layer_toollayer_ci_migrate_core_c_049f8460,node_agent_mmd_memory_vector_layer_memorylayer_ci_mig_0cd5b1a4,context_health_80bb7da9,node_agent_mmd_llm_model_layer_llmlayer_context_conte_ad2dfbd9,node_agent_mmd_memory_vector_layer_memorylayer_contex_78ceaaa9,docs_gate_core_eb9b6c18,node_agent_mmd_llm_model_layer_llmlayer_index_context_1041bd11,node_agent_mmd_memory_vector_layer_memorylayer_index__6f3402d0,local_memory_preflight_dcc36c42,memory_gate_a577a506,pattern_scope_siblings_43abe000,review_context_ca6cf81d,node_agent_mmd_tool_layer_toollayer_review_gate_core__7704598b,node_agent_mmd_memory_vector_layer_memorylayer_review_5bee9816,node_agent_mmd_llm_model_layer_llmlayer_search_search_66b9a911,node_agent_mmd_memory_vector_layer_memorylayer_search_ac35cb7e,node_agent_mmd_orchestration_layer_orchestration_tool_acfe0c01,node_agent_mmd_memory_vector_layer_memorylayer_toolin_a1185b8f,run_local_memory_preflight_36e92808,branch_protect_sync_570adb18,node_agent_mmd_tool_layer_toollayer_command_capabilit_e97a4615,node_agent_mmd_memory_vector_layer_memorylayer_comman_c72a5d05,node_agent_mmd_orchestration_layer_orchestration_comm_1f8cc24c,node_agent_mmd_llm_model_layer_llmlayer_command_specs_782af9fa,node_agent_mmd_memory_vector_layer_memorylayer_comman_111eb454,local_memory_preflight_command_spec_9e23f3ce,memory_gate_command_spec_dc9001a9,review_gate_command_spec_3187376a,node_agent_mmd_llm_model_layer_llmlayer_constants_con_c9bd3f6c,node_agent_mmd_memory_vector_layer_memorylayer_consta_702d3f46,context_compact_policy_3dcaf95d,node_agent_mmd_llm_model_layer_llmlayer_index_index_1_02e160ff,node_agent_mmd_memory_vector_layer_memorylayer_index__752bc61e,node_agent_mmd_llm_model_layer_llmlayer_indexer_index_4f4deef5,node_agent_mmd_memory_vector_layer_memorylayer_indexe_93e6d86f,init_error_5c7dd49f,lexical_fallback_723e2b3e,node_agent_mmd_llm_model_layer_llmlayer_ollama_ollama_968b23fa,node_agent_mmd_memory_vector_layer_memorylayer_ollama_6d51be16,rollout_a4fa034c,sources_878a52fc,store_824d80d7,node_agent_mmd_llm_model_layer_llmlayer_sync_contract_9f3cc8c1,node_agent_mmd_memory_vector_layer_memorylayer_sync_c_e43418bc,types_4_822d0f88,harness_run_context_ac7c77a9,index_1_faebc14e,json_schema_core_96d7e328,node_agent_mmd_orchestration_layer_orchestration_poli_3270b55d,node_agent_mmd_tool_layer_toollayer_policy_validators_af136abf,node_agent_mmd_memory_vector_layer_memorylayer_policy_1944de42,node_agent_mmd_orchestration_layer_orchestration_type_7cf81261,node_agent_mmd_tool_layer_toollayer_types_core_types__6c8319b6,node_agent_mmd_memory_vector_layer_memorylayer_types__83f369fa,node_agent_mmd_orchestration_layer_orchestration_vali_d9fe99e6,node_agent_mmd_tool_layer_toollayer_validator_core_va_6ef6131f,node_agent_mmd_memory_vector_layer_memorylayer_valida_41034356,node_agent_mmd_orchestration_layer_orchestration_init_2a9c3ecb,node_agent_mmd_memory_vector_layer_memorylayer_init_m_333d02c5,node_agent_mmd_orchestration_layer_orchestration_proj_6ab6f60f,node_agent_mmd_memory_vector_layer_memorylayer_projec_3ae304d9,scaffold_diagram_templates_dd88e83c,node_agent_mmd_orchestration_layer_orchestration_scaf_12cc07db,node_agent_mmd_memory_vector_layer_memorylayer_scaffo_5fd73b94,node_agent_mmd_orchestration_layer_orchestration_scaf_c9a90c2f,node_agent_mmd_tool_layer_toollayer_scaffold_environm_c1afc013,node_agent_mmd_memory_vector_layer_memorylayer_scaffo_12b42341,scaffold_root_command_templates_404fed7f,scaffold_script_template_registry_69312d4e,scaffold_shell_templates_0ad0f915,scaffold_surfaces_12d6494e,node_agent_mmd_orchestration_layer_orchestration_scaf_ff8f92f6,node_agent_mmd_memory_vector_layer_memorylayer_scaffo_a86eece1,scaffold_workflow_template_92310587,eval_seed_5699fd3e,index_6_fc9e91e2,review_context_1_e3afed15,memory_gate_1_265164ac,branch_enforcer_acb749cd,cli_args_5_09ea29f0,node_agent_mmd_tool_layer_toollayer_cli_cli_2_1_32d9eeaf,node_agent_mmd_memory_vector_layer_memorylayer_cli_cl_1f1f89ab,node_agent_mmd_tool_layer_toollayer_metrics_tracker_m_4c9237d8,node_agent_mmd_memory_vector_layer_memorylayer_metric_12562178,types_13_d025517b,validator_4_5180cf23,node_agent_mmd_orchestration_layer_orchestration_clas_899b821a,node_agent_mmd_memory_vector_layer_memorylayer_classi_1ebbf5ff,node_agent_mmd_orchestration_layer_orchestration_tool_cc43149f,node_agent_mmd_tool_layer_toollayer_tooling_baseline__61e66e9f,node_agent_mmd_memory_vector_layer_memorylayer_toolin_14f86b00,claim_helpers_20dc8387,types_18_37582e2a,local_memory_smoke_1175abfc,local_memory_0db17ecc,performance_overload_c685bfcf,node_agent_mmd_orchestration_layer_orchestration_sugg_85c5ebe3,node_agent_mmd_memory_vector_layer_memorylayer_sugges_267f408d,types_25_89d086aa,policy_1_fc4198db,runtime_card_codex_runtime_validation_d8ce9934,overload_guard_2748c559 memNode
+   class node_agent_mmd_llm_model_layer_llmlayer_check_steerin_a7dbbd2f,node_agent_mmd_tool_layer_toollayer_check_steering_fe_84ed22c2,node_agent_mmd_memory_vector_layer_memorylayer_check__d71f8993,normalize_workflow_contracts_8701f1c8,sync_codex_preflight_7e7a8dc2,test_harness_upgrade_matrix_84113c4e,validate_workflow_contracts_33dc063c,branch_protect_core_a8feb0fd,node_agent_mmd_tool_layer_toollayer_ci_migrate_core_c_049f8460,node_agent_mmd_memory_vector_layer_memorylayer_ci_mig_0cd5b1a4,context_health_80bb7da9,node_agent_mmd_llm_model_layer_llmlayer_context_conte_ad2dfbd9,node_agent_mmd_memory_vector_layer_memorylayer_contex_78ceaaa9,docs_gate_core_eb9b6c18,node_agent_mmd_llm_model_layer_llmlayer_index_context_1041bd11,node_agent_mmd_memory_vector_layer_memorylayer_index__6f3402d0,local_memory_preflight_dcc36c42,memory_gate_a577a506,pattern_scope_siblings_43abe000,review_context_ca6cf81d,node_agent_mmd_tool_layer_toollayer_review_gate_core__7704598b,node_agent_mmd_memory_vector_layer_memorylayer_review_5bee9816,node_agent_mmd_llm_model_layer_llmlayer_search_search_66b9a911,node_agent_mmd_memory_vector_layer_memorylayer_search_ac35cb7e,session_context_e5ec72c0,node_agent_mmd_orchestration_layer_orchestration_tool_acfe0c01,node_agent_mmd_memory_vector_layer_memorylayer_toolin_a1185b8f,run_local_memory_preflight_36e92808,node_agent_mmd_orchestration_layer_orchestration_chec_0550c395,node_agent_mmd_tool_layer_toollayer_checker_checker_2_453d593b,node_agent_mmd_memory_vector_layer_memorylayer_checke_a583eb4f,node_agent_mmd_orchestration_layer_orchestration_cont_61b3b9c9,node_agent_mmd_memory_vector_layer_memorylayer_contex_fe0865d6,node_agent_mmd_orchestration_layer_orchestration_type_4f906dcc,node_agent_mmd_memory_vector_layer_memorylayer_types__9ad640a0,branch_protect_sync_570adb18,node_agent_mmd_tool_layer_toollayer_command_capabilit_e97a4615,node_agent_mmd_memory_vector_layer_memorylayer_comman_c72a5d05,node_agent_mmd_orchestration_layer_orchestration_comm_1f8cc24c,node_agent_mmd_llm_model_layer_llmlayer_command_specs_782af9fa,node_agent_mmd_memory_vector_layer_memorylayer_comman_111eb454,local_memory_preflight_command_spec_9e23f3ce,memory_gate_command_spec_dc9001a9,review_gate_command_spec_3187376a,session_context_command_spec_973afbb1,node_agent_mmd_llm_model_layer_llmlayer_constants_con_c9bd3f6c,node_agent_mmd_memory_vector_layer_memorylayer_consta_702d3f46,context_compact_policy_3dcaf95d,node_agent_mmd_llm_model_layer_llmlayer_index_index_1_02e160ff,node_agent_mmd_memory_vector_layer_memorylayer_index__752bc61e,node_agent_mmd_llm_model_layer_llmlayer_indexer_index_4f4deef5,node_agent_mmd_memory_vector_layer_memorylayer_indexe_93e6d86f,init_error_5c7dd49f,lexical_fallback_723e2b3e,node_agent_mmd_llm_model_layer_llmlayer_ollama_ollama_968b23fa,node_agent_mmd_memory_vector_layer_memorylayer_ollama_6d51be16,rollout_a4fa034c,sources_878a52fc,store_824d80d7,node_agent_mmd_llm_model_layer_llmlayer_sync_contract_9f3cc8c1,node_agent_mmd_memory_vector_layer_memorylayer_sync_c_e43418bc,types_6_1818fb91,harness_run_context_ac7c77a9,index_2_10143590,json_schema_core_96d7e328,node_agent_mmd_orchestration_layer_orchestration_poli_3270b55d,node_agent_mmd_tool_layer_toollayer_policy_validators_af136abf,node_agent_mmd_memory_vector_layer_memorylayer_policy_1944de42,node_agent_mmd_orchestration_layer_orchestration_type_7cf81261,node_agent_mmd_tool_layer_toollayer_types_core_types__6c8319b6,node_agent_mmd_memory_vector_layer_memorylayer_types__83f369fa,node_agent_mmd_orchestration_layer_orchestration_vali_d9fe99e6,node_agent_mmd_tool_layer_toollayer_validator_core_va_6ef6131f,node_agent_mmd_memory_vector_layer_memorylayer_valida_41034356,node_agent_mmd_orchestration_layer_orchestration_init_2a9c3ecb,node_agent_mmd_memory_vector_layer_memorylayer_init_m_333d02c5,node_agent_mmd_orchestration_layer_orchestration_proj_6ab6f60f,node_agent_mmd_memory_vector_layer_memorylayer_projec_3ae304d9,scaffold_diagram_templates_dd88e83c,node_agent_mmd_orchestration_layer_orchestration_scaf_12cc07db,node_agent_mmd_memory_vector_layer_memorylayer_scaffo_5fd73b94,node_agent_mmd_orchestration_layer_orchestration_scaf_c9a90c2f,node_agent_mmd_tool_layer_toollayer_scaffold_environm_c1afc013,node_agent_mmd_memory_vector_layer_memorylayer_scaffo_12b42341,scaffold_root_command_templates_404fed7f,scaffold_script_template_registry_69312d4e,scaffold_shell_templates_0ad0f915,scaffold_surfaces_12d6494e,node_agent_mmd_orchestration_layer_orchestration_scaf_ff8f92f6,node_agent_mmd_memory_vector_layer_memorylayer_scaffo_a86eece1,scaffold_workflow_template_92310587,eval_seed_5699fd3e,index_7_b61a3f30,review_context_1_e3afed15,memory_gate_1_265164ac,branch_enforcer_acb749cd,cli_args_5_09ea29f0,node_agent_mmd_tool_layer_toollayer_cli_cli_2_1_32d9eeaf,node_agent_mmd_memory_vector_layer_memorylayer_cli_cl_1f1f89ab,node_agent_mmd_tool_layer_toollayer_metrics_tracker_m_4c9237d8,node_agent_mmd_memory_vector_layer_memorylayer_metric_12562178,types_16_0fae1112,validator_4_5180cf23,node_agent_mmd_orchestration_layer_orchestration_clas_899b821a,node_agent_mmd_memory_vector_layer_memorylayer_classi_1ebbf5ff,node_agent_mmd_orchestration_layer_orchestration_tool_cc43149f,node_agent_mmd_tool_layer_toollayer_tooling_baseline__61e66e9f,node_agent_mmd_memory_vector_layer_memorylayer_toolin_14f86b00,claim_helpers_20dc8387,types_21_5756f9dc,local_memory_smoke_1175abfc,local_memory_0db17ecc,performance_overload_c685bfcf,node_agent_mmd_orchestration_layer_orchestration_sugg_85c5ebe3,node_agent_mmd_memory_vector_layer_memorylayer_sugges_267f408d,node_agent_mmd_llm_model_layer_llmlayer_prompt_contex_6426acc2,node_agent_mmd_memory_vector_layer_memorylayer_prompt_55c0d605,types_28_4476fcc6,policy_1_fc4198db,node_agent_mmd_tool_layer_toollayer_runtime_card_code_3636ceac,node_agent_mmd_memory_vector_layer_memorylayer_runtim_a5d23e7f,cli_11_338a8415,collector_0736fd5b,types_31_eb363e20,overload_guard_2748c559 memNode
